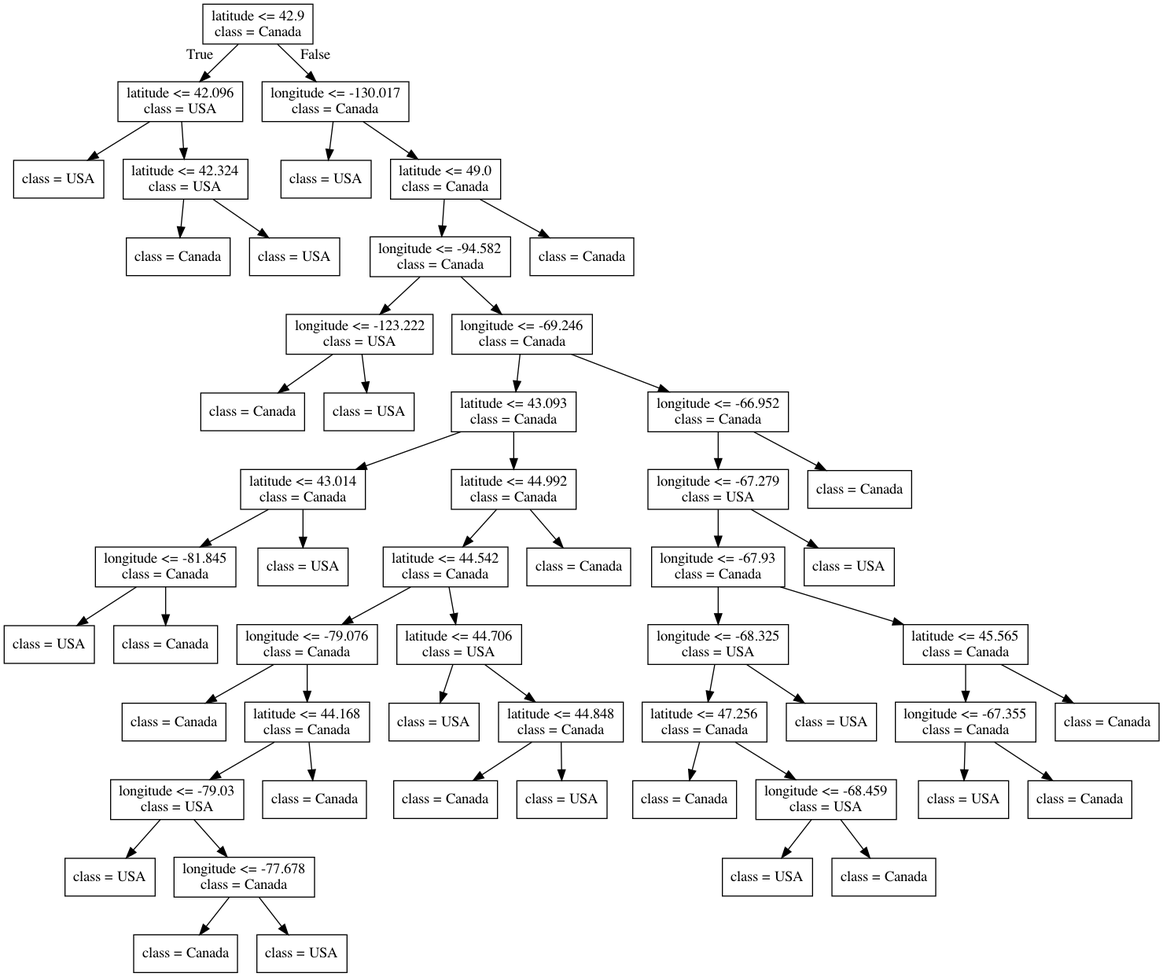
Before: lectures/Source.gv.png, a diagram exported from Graphviz (bait509-ubc/BAIT509). Its source is kept beside it as lectures/Source.gv.
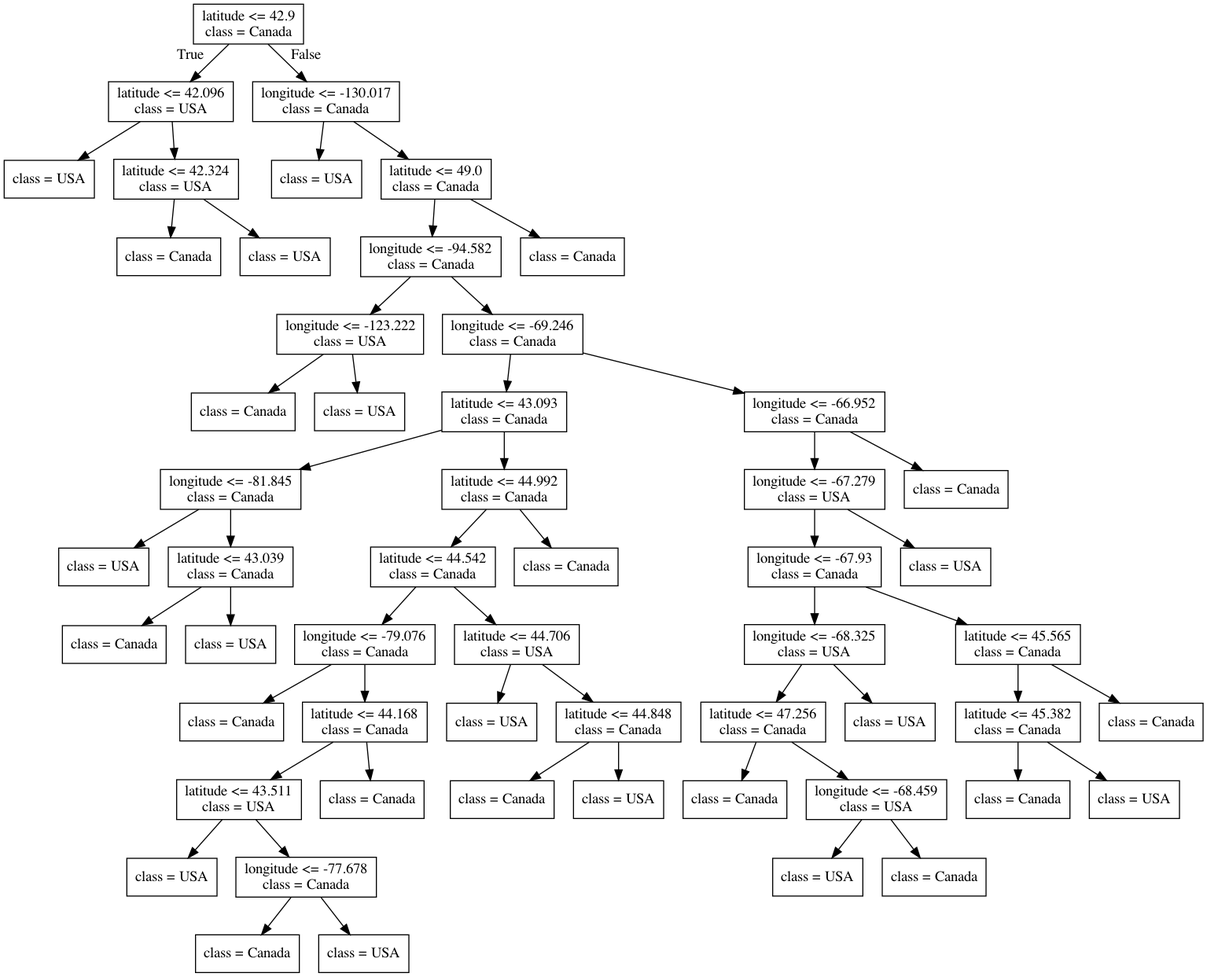
The same diagram one commit later.

What changed in the source:
```diff
@@ -29,16 +29,16 @@
 9 -> 13 ;
 14 [label="latitude <= 43.093\nclass = Canada"] ;
 13 -> 14 ;
-15 [label="latitude <= 43.014\nclass = Canada"] ;
+15 [label="longitude <= -81.845\nclass = Canada"] ;
 14 -> 15 ;
-16 [label="longitude <= -81.845\nclass = Canada"] ;
+16 [label="class = USA"] ;
 15 -> 16 ;
-17 [label="class = USA"] ;
-16 -> 17 ;
+17 [label="latitude <= 43.039\nclass = Canada"] ;
+15 -> 17 ;
 18 [label="class = Canada"] ;
-16 -> 18 ;
+17 -> 18 ;
 19 [label="class = USA"] ;
-15 -> 19 ;
+17 -> 19 ;
 20 [label="latitude <= 44.992\nclass = Canada"] ;
 14 -> 20 ;
 21 [label="latitude <= 44.542\nclass = Canada"] ;
@@ -49,7 +49,7 @@
 22 -> 23 ;
 24 [label="latitude <= 44.168\nclass = Canada"] ;
 22 -> 24 ;
-25 [label="longitude <= -79.03\nclass = USA"] ;
+25 [label="latitude <= 43.511\nclass = USA"] ;
 24 -> 25 ;
 26 [label="class = USA"] ;
 25 -> 26 ;
@@ -95,11 +95,11 @@
 40 -> 46 ;
 47 [label="latitude <= 45.565\nclass = Canada"] ;
 39 -> 47 ;
-48 [label="longitude <= -67.355\nclass = Canada"] ;
+48 [label="latitude <= 45.382\nclass = Canada"] ;
 47 -> 48 ;
-49 [label="class = USA"] ;
+49 [label="class = Canada"] ;
 48 -> 49 ;
-50 [label="class = Canada"] ;
+50 [label="class = USA"] ;
 48 -> 50 ;
 51 [label="class = Canada"] ;
 47 -> 51 ;
```
